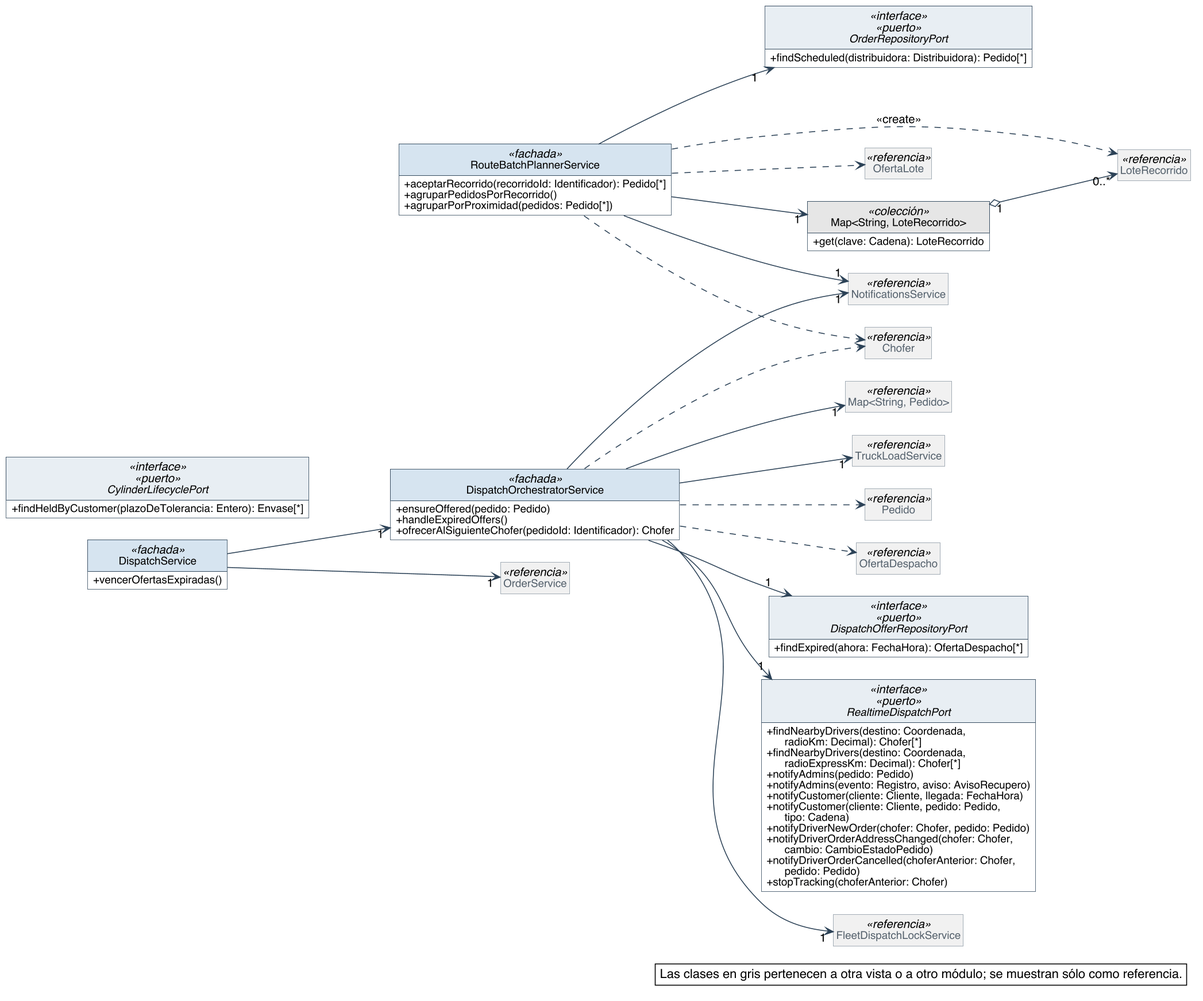
Earlier version of the PlantUML export diagramas/clases-diseno/DC_Mod_Despacho.png (Nahuelito-Dev/splg-docs). Its diagram source:
```plantuml
@startuml
skinparam backgroundColor #FFFFFF
skinparam shadowing false
skinparam defaultFontName Helvetica
skinparam defaultFontSize 13
skinparam dpi 150
skinparam nodesep 40
skinparam ranksep 55
skinparam classAttributeIconSize 0
skinparam roundCorner 0
skinparam genericDisplay old
skinparam class {
  BorderColor #2C4257
  BackgroundColor #FFFFFF
  ArrowColor #2C4257
  FontSize 14
  AttributeFontSize 12
  HeaderBackgroundColor #E8EEF3
}
skinparam class<<referencia>> {
  BackgroundColor #F1F1F1
  BorderColor #8A97A3
  FontColor #55616C
}
skinparam class<<fachada>> {
  HeaderBackgroundColor #D6E4F0
}
skinparam class<<controlador>> {
  HeaderBackgroundColor #D6E4F0
}
skinparam class<<fabricación pura>> {
  HeaderBackgroundColor #F3E9CF
}
skinparam class<<colección>> {
  HeaderBackgroundColor #E6E6E6
}
skinparam class<<adaptador>> {
  HeaderBackgroundColor #DCEBDD
}
skinparam interface {
  BorderColor #2C4257
  BackgroundColor #FFFFFF
  HeaderBackgroundColor #DCEBDD
  FontSize 14
  AttributeFontSize 12
}
skinparam note {
  BackgroundColor #FFFFFF
  BorderColor #2C4257
}
skinparam packageStyle rectangle
skinparam package {
  BorderColor #8A97A3
  FontSize 13
  FontColor #55616C
}
hide circle
hide empty members

left to right direction
skinparam nodesep 25
skinparam ranksep 90
class DispatchOrchestratorService <<fachada>> {
  + ensureOffered(pedido: Pedido)
  + handleExpiredOffers()
  + ofrecerAlSiguienteChofer(pedidoId: Identificador): Chofer
}
class DispatchService <<fachada>> {
  + vencerOfertasExpiradas()
}
interface DispatchOfferRepositoryPort <<interface>> <<puerto>> {
  + findExpired(ahora: FechaHora): OfertaDespacho[*]
}
interface RealtimeDispatchPort <<interface>> <<puerto>> {
  + findNearbyDrivers(destino: Coordenada,\n      radioKm: Decimal): Chofer[*]
  + findNearbyDrivers(destino: Coordenada,\n      radioExpressKm: Decimal): Chofer[*]
  + notifyAdmins(pedido: Pedido)
  + notifyAdmins(evento: Registro, aviso: AvisoRecupero)
  + notifyCustomer(cliente: Cliente, llegada: FechaHora)
  + notifyCustomer(cliente: Cliente, pedido: Pedido,\n      tipo: Cadena)
  + notifyDriverNewOrder(chofer: Chofer, pedido: Pedido)
  + notifyDriverOrderAddressChanged(chofer: Chofer,\n      cambio: CambioEstadoPedido)
  + notifyDriverOrderCancelled(choferAnterior: Chofer,\n      pedido: Pedido)
  + stopTracking(choferAnterior: Chofer)
}
class RouteBatchPlannerService <<fachada>> {
  + aceptarRecorrido(recorridoId: Identificador): Pedido[*]
  + agruparPedidosPorRecorrido()
  + agruparPorProximidad(pedidos: Pedido[*])
}
class "Map<String, LoteRecorrido>" as Map_String_LoteRecorrido <<colección>> {
  + get(clave: Cadena): LoteRecorrido
}
interface CylinderLifecyclePort <<interface>> <<puerto>> {
  + findHeldByCustomer(plazoDeTolerancia: Entero): Envase[*]
}
interface OrderRepositoryPort <<interface>> <<puerto>> {
  + findScheduled(distribuidora: Distribuidora): Pedido[*]
}
class LoteRecorrido <<referencia>>
class FleetDispatchLockService <<referencia>>
class "Map<String, Pedido>" as Map_String_Pedido <<referencia>>
class NotificationsService <<referencia>>
class TruckLoadService <<referencia>>
class OrderService <<referencia>>
class Chofer <<referencia>>
class Pedido <<referencia>>
class OfertaDespacho <<referencia>>
class OfertaLote <<referencia>>

Map_String_LoteRecorrido "1" o--> "0..*" LoteRecorrido
DispatchOrchestratorService --> "1" DispatchOfferRepositoryPort
DispatchOrchestratorService --> "1" FleetDispatchLockService
DispatchOrchestratorService --> "1" Map_String_Pedido
DispatchOrchestratorService --> "1" NotificationsService
DispatchOrchestratorService --> "1" RealtimeDispatchPort
DispatchOrchestratorService --> "1" TruckLoadService
DispatchService --> "1" DispatchOrchestratorService
DispatchService --> "1" OrderService
RouteBatchPlannerService --> "1" Map_String_LoteRecorrido
RouteBatchPlannerService --> "1" NotificationsService
RouteBatchPlannerService --> "1" OrderRepositoryPort
DispatchOrchestratorService ..> Chofer
DispatchOrchestratorService ..> OfertaDespacho
DispatchOrchestratorService ..> Pedido
RouteBatchPlannerService ..> Chofer
RouteBatchPlannerService ..> LoteRecorrido : <<create>>
RouteBatchPlannerService ..> OfertaLote

legend bottom right
  Las clases en gris pertenecen a otra vista o a otro módulo; se muestran sólo como referencia.
endlegend
@enduml
```
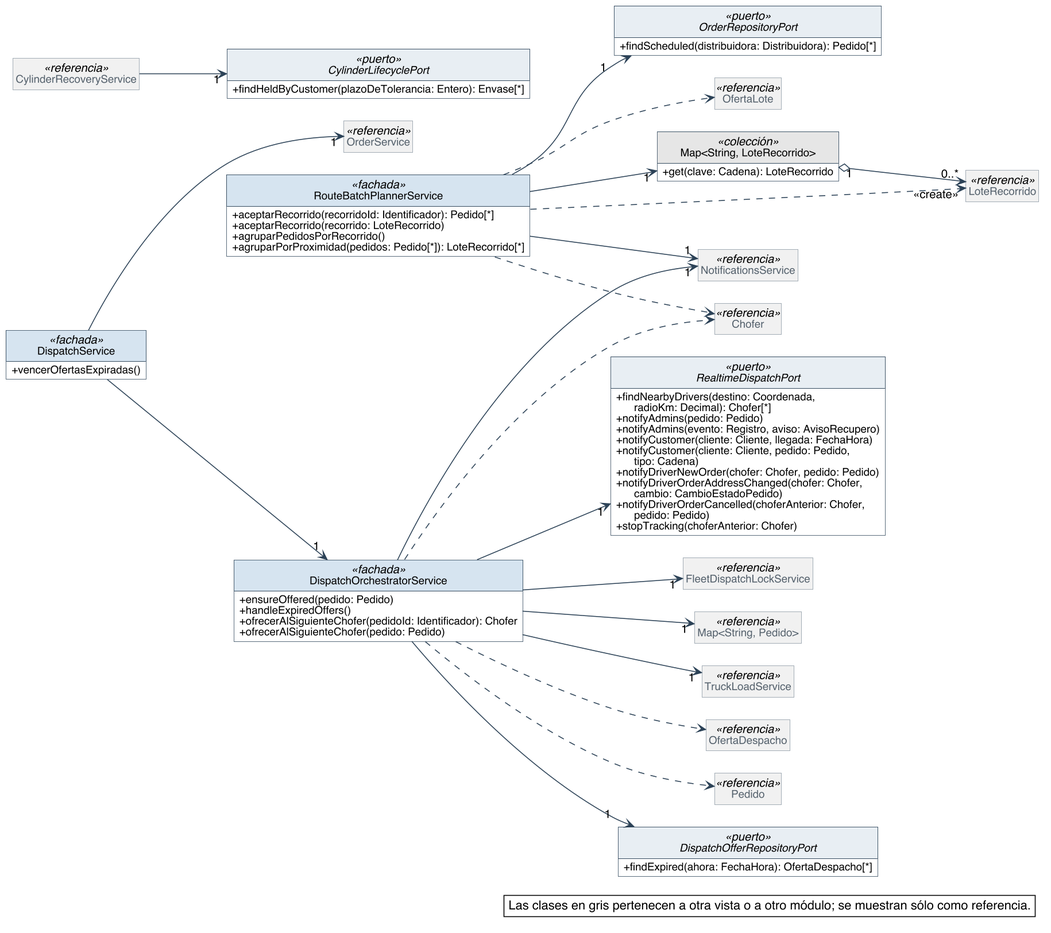
After the change.

The edit, as a diff of the source:
```diff
@@ -64,16 +64,16 @@
   + ensureOffered(pedido: Pedido)
   + handleExpiredOffers()
   + ofrecerAlSiguienteChofer(pedidoId: Identificador): Chofer
+  + ofrecerAlSiguienteChofer(pedido: Pedido)
 }
 class DispatchService <<fachada>> {
   + vencerOfertasExpiradas()
 }
-interface DispatchOfferRepositoryPort <<interface>> <<puerto>> {
+interface DispatchOfferRepositoryPort <<puerto>> {
   + findExpired(ahora: FechaHora): OfertaDespacho[*]
 }
-interface RealtimeDispatchPort <<interface>> <<puerto>> {
+interface RealtimeDispatchPort <<puerto>> {
   + findNearbyDrivers(destino: Coordenada,\n      radioKm: Decimal): Chofer[*]
-  + findNearbyDrivers(destino: Coordenada,\n      radioExpressKm: Decimal): Chofer[*]
   + notifyAdmins(pedido: Pedido)
   + notifyAdmins(evento: Registro, aviso: AvisoRecupero)
   + notifyCustomer(cliente: Cliente, llegada: FechaHora)
@@ -85,16 +85,17 @@
 }
 class RouteBatchPlannerService <<fachada>> {
   + aceptarRecorrido(recorridoId: Identificador): Pedido[*]
+  + aceptarRecorrido(recorrido: LoteRecorrido)
   + agruparPedidosPorRecorrido()
-  + agruparPorProximidad(pedidos: Pedido[*])
+  + agruparPorProximidad(pedidos: Pedido[*]): LoteRecorrido[*]
 }
 class "Map<String, LoteRecorrido>" as Map_String_LoteRecorrido <<colección>> {
   + get(clave: Cadena): LoteRecorrido
 }
-interface CylinderLifecyclePort <<interface>> <<puerto>> {
+interface CylinderLifecyclePort <<puerto>> {
   + findHeldByCustomer(plazoDeTolerancia: Entero): Envase[*]
 }
-interface OrderRepositoryPort <<interface>> <<puerto>> {
+interface OrderRepositoryPort <<puerto>> {
   + findScheduled(distribuidora: Distribuidora): Pedido[*]
 }
 class LoteRecorrido <<referencia>>
@@ -104,9 +105,10 @@
 class TruckLoadService <<referencia>>
 class OrderService <<referencia>>
 class Chofer <<referencia>>
+class OfertaDespacho <<referencia>>
 class Pedido <<referencia>>
-class OfertaDespacho <<referencia>>
 class OfertaLote <<referencia>>
+class CylinderRecoveryService <<referencia>>
 
 Map_String_LoteRecorrido "1" o--> "0..*" LoteRecorrido
 DispatchOrchestratorService --> "1" DispatchOfferRepositoryPort
@@ -124,8 +126,9 @@
 DispatchOrchestratorService ..> OfertaDespacho
 DispatchOrchestratorService ..> Pedido
 RouteBatchPlannerService ..> Chofer
-RouteBatchPlannerService ..> LoteRecorrido : <<create>>
+RouteBatchPlannerService ..> "<<create>>" LoteRecorrido
 RouteBatchPlannerService ..> OfertaLote
+CylinderRecoveryService --> "1" CylinderLifecyclePort
 
 legend bottom right
   Las clases en gris pertenecen a otra vista o a otro módulo; se muestran sólo como referencia.
```
